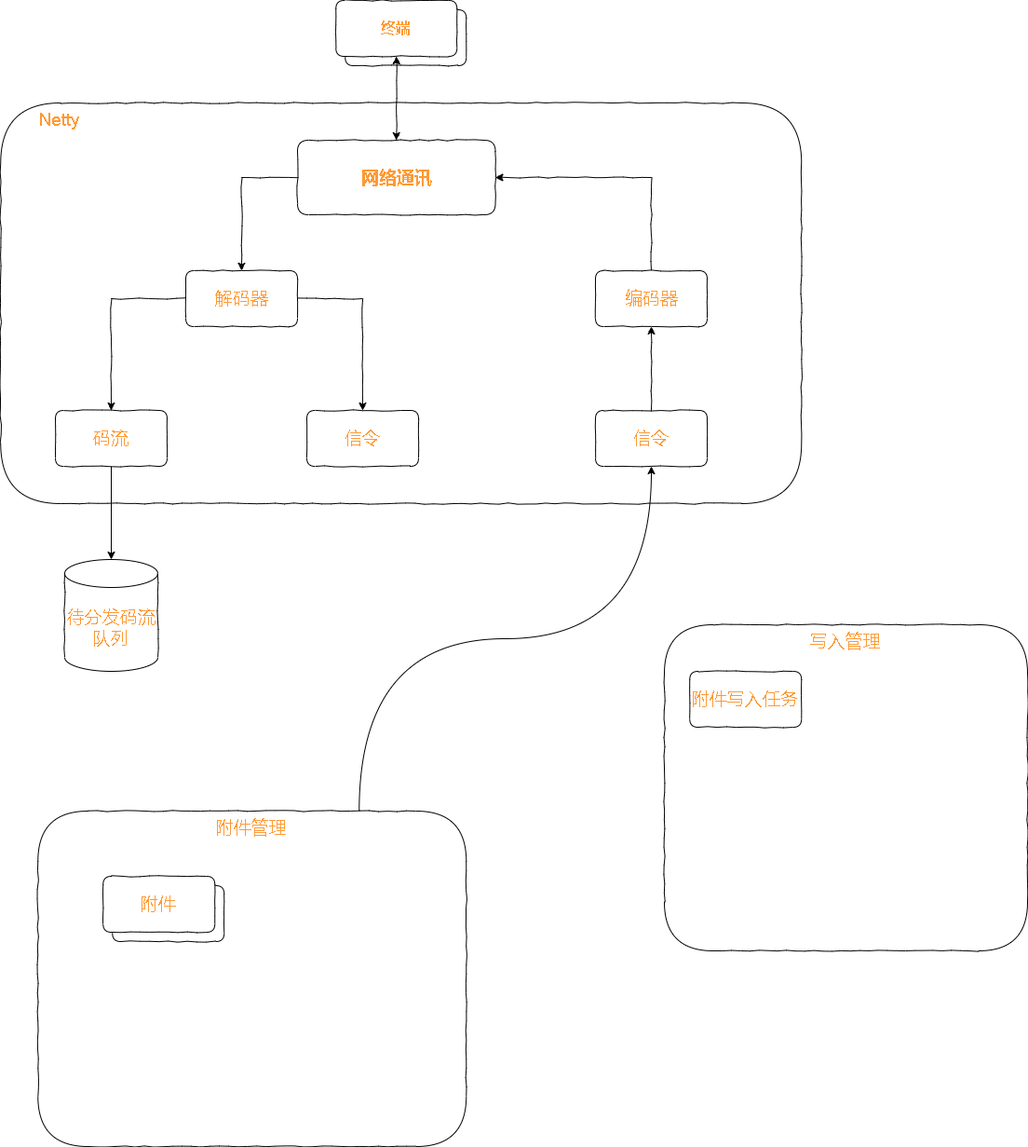
Earlier version of the draw.io export test.drawio.png (xktder/draw). Source tidied: cells renumbered, new cells last; positions are measured from the earlier drawing's top-left corner, leaving out a move shared by most shapes.
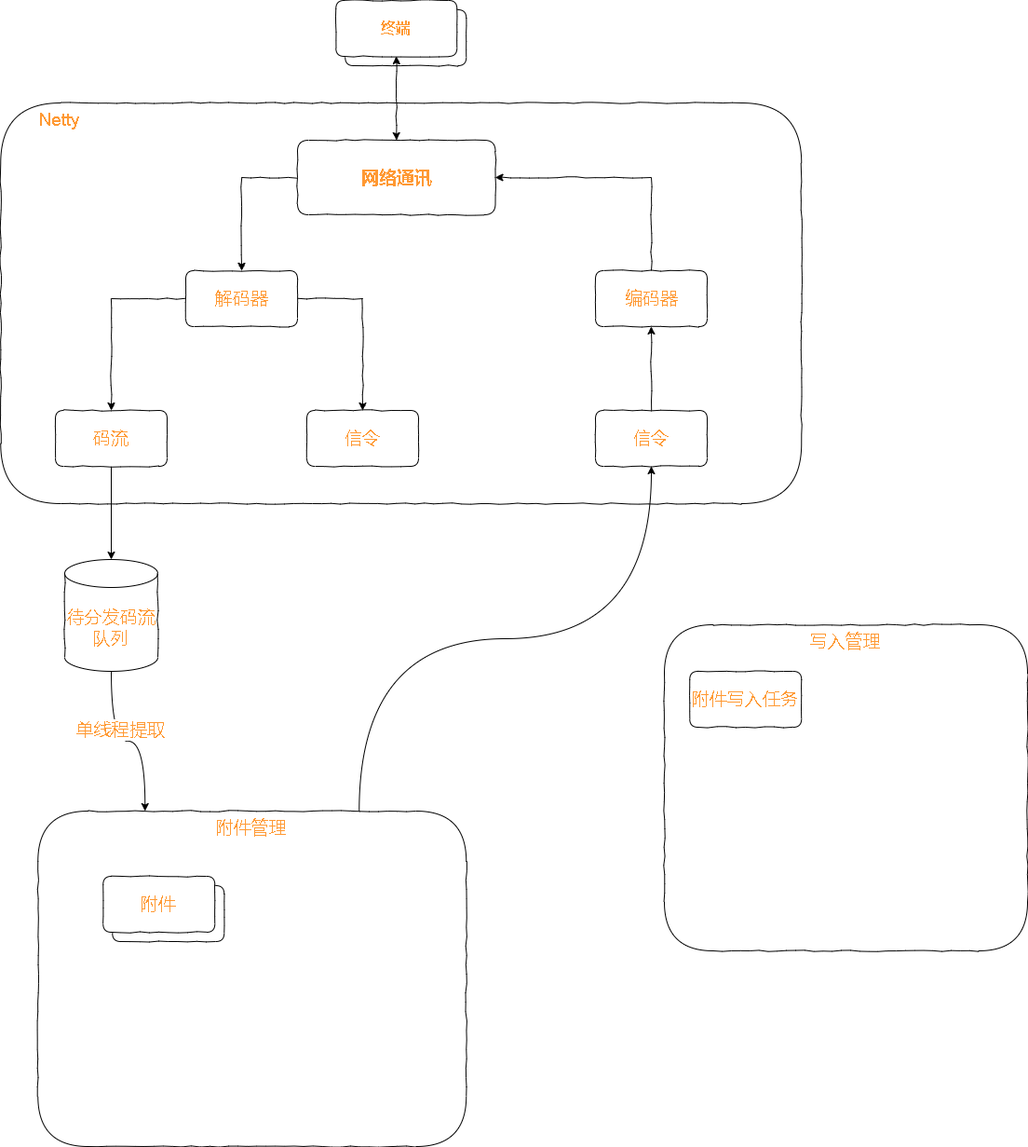
The same diagram one commit later.

The edit, as a diff of the source:
```diff
@@ -74,6 +74,12 @@
     <mxCell id="25" value="附件" style="rounded=1;whiteSpace=wrap;html=1;comic=1;fontSize=19;fontColor=#FF9933;strokeColor=default;gradientColor=none;" parent="23" vertex="1">
       <mxGeometry width="120" height="60" as="geometry" />
     </mxCell>
+    <mxCell id="27" style="edgeStyle=orthogonalEdgeStyle;curved=1;rounded=0;comic=0;jettySize=auto;html=1;entryX=0.25;entryY=0;entryDx=0;entryDy=0;fontSize=19;fontColor=#FF9933;startArrow=none;startFill=0;endArrow=classic;endFill=1;" parent="1" edge="1" source="26" target="5">
+      <mxGeometry relative="1" as="geometry" />
+    </mxCell>
+    <mxCell id="28" value="单线程提取" style="edgeLabel;html=1;align=center;verticalAlign=middle;fontSize=19;fontColor=#FF9933;" parent="27" vertex="1">
+      <mxGeometry x="-0.33" y="9" relative="1" as="geometry" />
+    </mxCell>
     <mxCell id="26" value="待分发码流队列" style="shape=cylinder3;whiteSpace=wrap;html=1;boundedLbl=1;backgroundOutline=1;size=15;comic=1;fontSize=19;fontColor=#FF9933;strokeColor=default;gradientColor=none;" parent="1" vertex="1">
       <mxGeometry x="69" y="600" width="100" height="120" as="geometry" />
     </mxCell>
```
